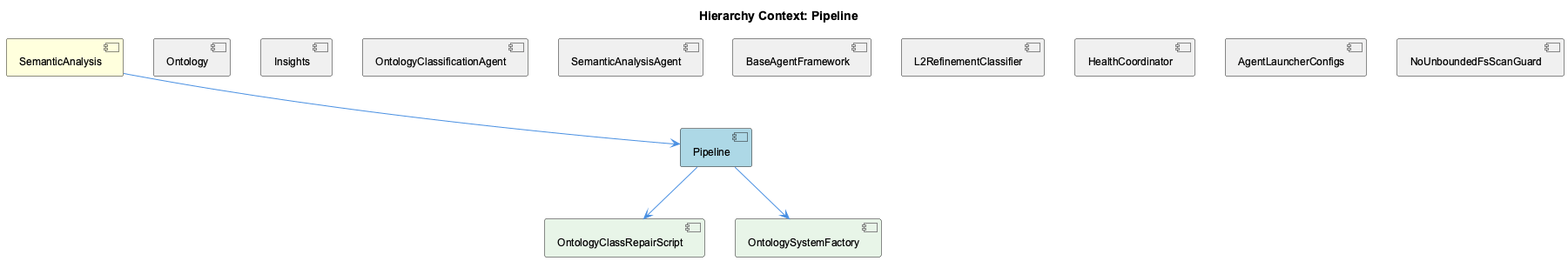
The PlantUML diagram knowledge-management/insights/images/pipeline-relationship.png in fwornle/coding, before a commit.
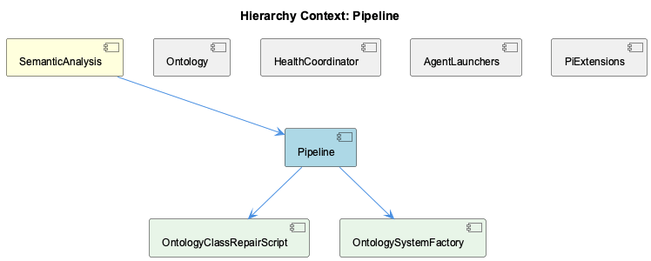
After the change.

What changed in the source:
```diff
@@ -6,27 +6,17 @@
 [SemanticAnalysis] as semantic_analysis #FFFFDD
 [Pipeline] as pipeline #LightBlue
 [Ontology] as ontology #F0F0F0
-[Insights] as insights #F0F0F0
-[OntologyClassificationAgent] as ontology_classification_agent #F0F0F0
-[SemanticAnalysisAgent] as semantic_analysis_agent #F0F0F0
-[BaseAgentFramework] as base_agent_framework #F0F0F0
-[L2RefinementClassifier] as l2_refinement_classifier #F0F0F0
 [HealthCoordinator] as health_coordinator #F0F0F0
-[AgentLauncherConfigs] as agent_launcher_configs #F0F0F0
-[NoUnboundedFsScanGuard] as no_unbounded_fs_scan_guard #F0F0F0
+[AgentLaunchers] as agent_launchers #F0F0F0
+[PiExtensions] as pi_extensions #F0F0F0
 [OntologyClassRepairScript] as ontology_class_repair_script #E8F5E8
 [OntologySystemFactory] as ontology_system_factory #E8F5E8
 
 semantic_analysis --> pipeline
 ontology -[hidden]- pipeline
-insights -[hidden]- pipeline
-ontology_classification_agent -[hidden]- pipeline
-semantic_analysis_agent -[hidden]- pipeline
-base_agent_framework -[hidden]- pipeline
-l2_refinement_classifier -[hidden]- pipeline
 health_coordinator -[hidden]- pipeline
-agent_launcher_configs -[hidden]- pipeline
-no_unbounded_fs_scan_guard -[hidden]- pipeline
+agent_launchers -[hidden]- pipeline
+pi_extensions -[hidden]- pipeline
 pipeline --> ontology_class_repair_script
 pipeline --> ontology_system_factory
 
```
